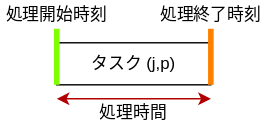
Earlier version of the draw.io export notebooks/ja/tutorials/figures/task.drawio.svg (fixstars/amplify-se-examples). Source tidied: cells renumbered, new cells last; positions are measured from the earlier drawing's top-left corner, leaving out a move shared by most shapes.
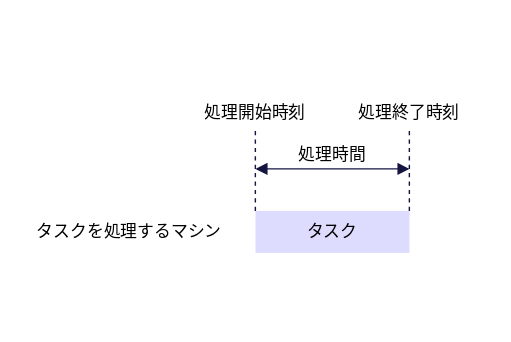
After the commit.

What changed in the source:
```diff
@@ -2,40 +2,47 @@
   <root>
     <mxCell id="0" />
     <mxCell id="1" parent="0" />
+    <mxCell id="9" style="whiteSpace=wrap;html=1;strokeColor=none;" parent="1" vertex="1">
+      <mxGeometry x="-141.9" y="-90" width="363.8" height="242.5" as="geometry" />
+    </mxCell>
-    <mxCell id="2" value="タスク&amp;nbsp;(j,p)" style="rounded=0;whiteSpace=wrap;html=1;" parent="1" vertex="1">
-      <mxGeometry x="40" y="30" width="110" height="30" as="geometry" />
+    <mxCell id="2" value="タスク" style="rounded=0;whiteSpace=wrap;html=1;fillColor=#DDDCFF;strokeColor=none;" parent="1" vertex="1">
+      <mxGeometry x="40" y="60" width="110" height="30" as="geometry" />
     </mxCell>
     <object id="3" label="処理開始時刻" name="Variable" placeholders="1">
       <mxCell style="text;html=1;strokeColor=none;fillColor=none;align=center;verticalAlign=middle;whiteSpace=wrap;overflow=hidden;" parent="1" vertex="1">
-        <mxGeometry width="80" height="20" as="geometry" />
+        <mxGeometry y="-20" width="80" height="20" as="geometry" />
       </mxCell>
     </object>
     <object id="4" label="処理終了時刻" name="Variable" placeholders="1">
       <mxCell style="text;html=1;strokeColor=none;fillColor=none;align=center;verticalAlign=middle;whiteSpace=wrap;overflow=hidden;" parent="1" vertex="1">
-        <mxGeometry x="110" width="80" height="20" as="geometry" />
+        <mxGeometry x="110" y="-20" width="80" height="20" as="geometry" />
       </mxCell>
     </object>
-    <mxCell id="5" style="endArrow=none;html=1;entryX=0.5;entryY=1;entryDx=0;entryDy=0;fillColor=#d80073;strokeColor=#80FF00;strokeWidth=4;" parent="1" edge="1" target="3">
-      <mxGeometry relative="1" as="geometry">
-        <mxPoint x="40" y="60" as="sourcePoint" />
-      </mxGeometry>
-    </mxCell>
-    <mxCell id="6" style="endArrow=none;html=1;entryX=0.5;entryY=1;entryDx=0;entryDy=0;fillColor=#e3c800;strokeColor=#FF8000;strokeWidth=4;" parent="1" edge="1">
-      <mxGeometry relative="1" as="geometry">
-        <mxPoint x="150" y="60" as="sourcePoint" />
-        <mxPoint x="150" y="20" as="targetPoint" />
-      </mxGeometry>
-    </mxCell>
-    <mxCell id="7" style="endArrow=classic;startArrow=classic;html=1;strokeColor=#B20000;strokeWidth=1;fillColor=#e51400;" parent="1" edge="1">
+    <mxCell id="7" style="endArrow=block;startArrow=block;html=1;strokeColor=#151440;strokeWidth=1;fillColor=#e51400;endFill=1;startFill=1;" parent="1" edge="1">
       <mxGeometry relative="1" as="geometry">
-        <mxPoint x="40" y="70" as="sourcePoint" />
-        <mxPoint x="150" y="70" as="targetPoint" />
+        <mxPoint x="40" y="30" as="sourcePoint" />
+        <mxPoint x="150" y="30" as="targetPoint" />
       </mxGeometry>
     </mxCell>
     <object id="8" label="処理時間" name="Variable" placeholders="1">
       <mxCell style="text;html=1;strokeColor=none;fillColor=none;align=center;verticalAlign=middle;whiteSpace=wrap;overflow=hidden;" parent="1" vertex="1">
-        <mxGeometry x="55" y="70" width="80" height="20" as="geometry" />
+        <mxGeometry x="55" y="10" width="80" height="20" as="geometry" />
       </mxCell>
     </object>
+    <mxCell id="10" style="edgeStyle=none;orthogonalLoop=1;jettySize=auto;html=1;strokeColor=#151440;startArrow=none;startFill=0;endArrow=none;endFill=0;dashed=1;" parent="1" edge="1">
+      <mxGeometry relative="1" as="geometry">
+        <mxPoint x="39.9" y="60" as="sourcePoint" />
+        <mxPoint x="39.9" as="targetPoint" />
+      </mxGeometry>
+    </mxCell>
+    <mxCell id="11" style="edgeStyle=none;orthogonalLoop=1;jettySize=auto;html=1;strokeColor=#151440;startArrow=none;startFill=0;endArrow=none;endFill=0;dashed=1;" parent="1" edge="1">
+      <mxGeometry relative="1" as="geometry">
+        <mxPoint x="149.9" y="60" as="sourcePoint" />
+        <mxPoint x="149.9" as="targetPoint" />
+      </mxGeometry>
+    </mxCell>
+    <mxCell id="12" value="&lt;span style=&quot;color: rgb(0, 0, 0); font-family: Helvetica; font-size: 12px; font-style: normal; font-variant-ligatures: normal; font-variant-caps: normal; font-weight: 400; letter-spacing: normal; orphans: 2; text-indent: 0px; text-transform: none; widows: 2; word-spacing: 0px; -webkit-text-stroke-width: 0px; text-decoration-thickness: initial; text-decoration-style: initial; text-decoration-color: initial; float: none; display: inline !important;&quot;&gt;タスクを処理するマシン&lt;/span&gt;" style="text;whiteSpace=wrap;html=1;verticalAlign=middle;align=center;fillColor=none;" parent="1" vertex="1">
+      <mxGeometry x="-120" y="60" width="140" height="30" as="geometry" />
+    </mxCell>
   </root>
 </mxGraphModel>
```
